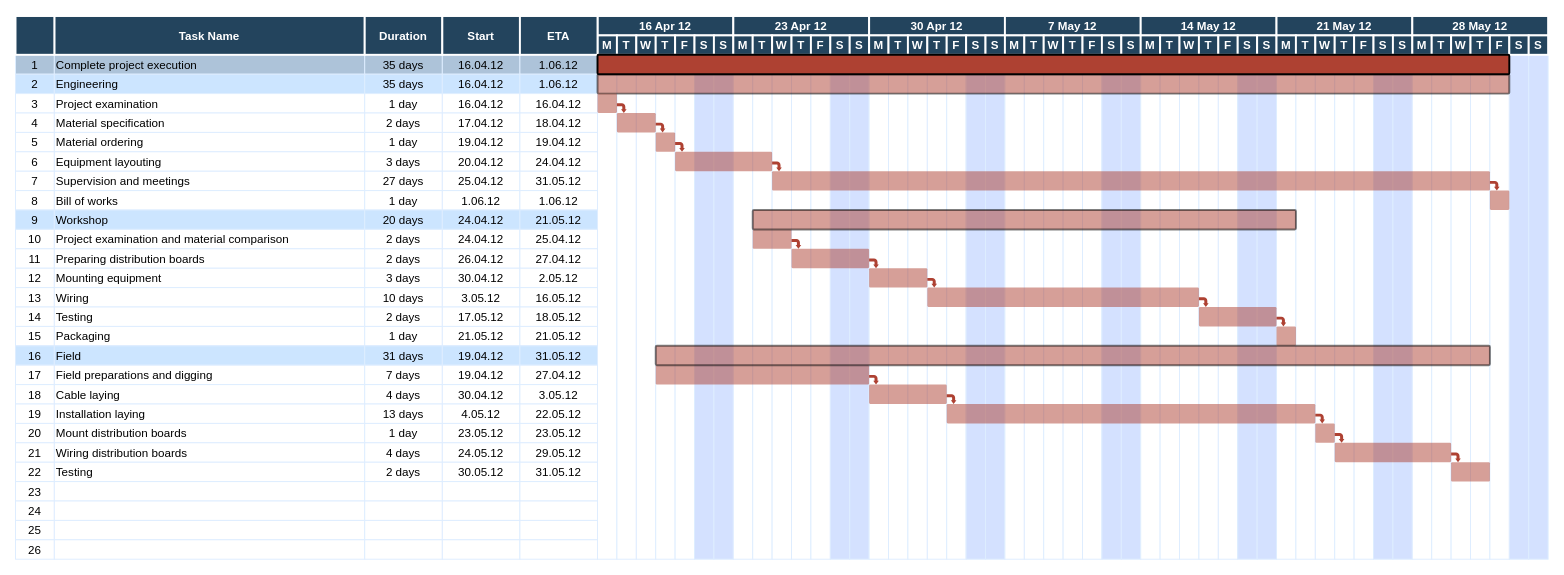
Before: Untitled Diagram.drawio in rechenchen/mmal_learning, a draw.io diagram. Source tidied: cells renumbered, new cells numbered last; positions are measured from the earlier drawing's top-left corner, leaving out a move shared by most shapes. Both pictures are drawn from the tidied source at 97%, with x=0, y=0 at pixel (15, 16).
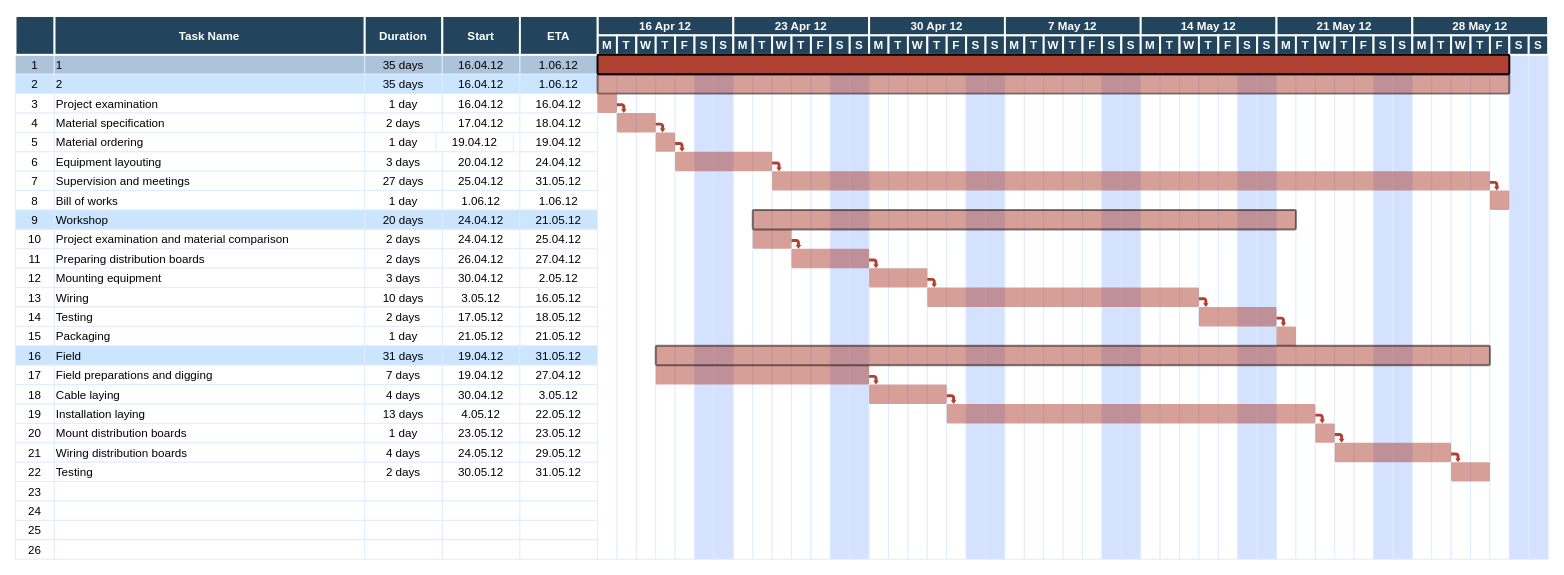
The same diagram, later.

What changed in the source:
```diff
@@
-    <mxCell id="3" value="Complete project execution" style="align=left;strokeColor=#DEEDFF;fillColor=#ADC3D9;" parent="1" vertex="1">
+    <mxCell id="3" value="1" style="align=left;strokeColor=#DEEDFF;fillColor=#ADC3D9;" parent="1" vertex="1">
       <mxGeometry x="40.5" y="40" width="320" height="20" as="geometry" />
     </mxCell>
@@
-    <mxCell id="9" value="Engineering" style="align=left;strokeColor=#DEEDFF;fillColor=#CCE5FF;" parent="1" vertex="1">
+    <mxCell id="9" value="2" style="align=left;strokeColor=#DEEDFF;fillColor=#CCE5FF;" parent="1" vertex="1">
       <mxGeometry x="40.5" y="60" width="320" height="20" as="geometry" />
     </mxCell>
@@
     <mxCell id="26" value="19.04.12" style="strokeColor=#DEEDFF;" parent="1" vertex="1">
-      <mxGeometry x="440.5" y="120" width="80" height="20" as="geometry" />
+      <mxGeometry x="434" y="120" width="80" height="20" as="geometry" />
     </mxCell>
```
